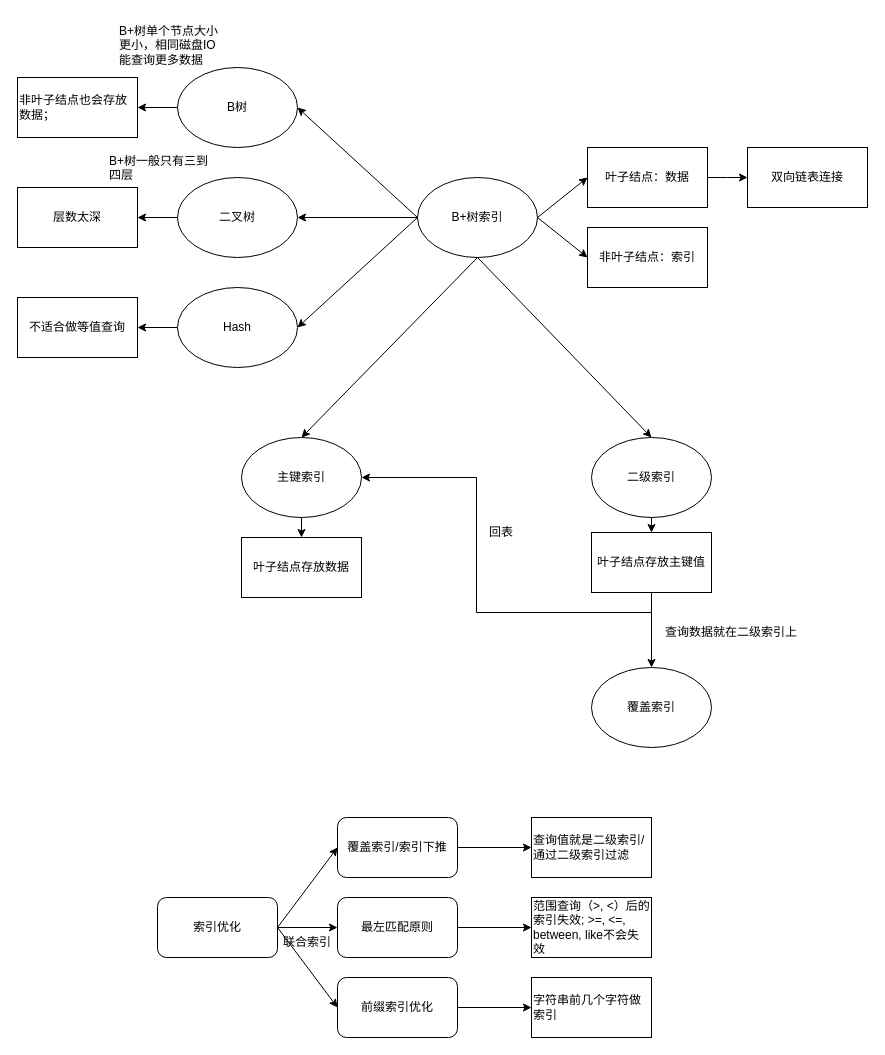
Above: MySQL索引.drawio in 1155200424/diagrams (draw.io), before the change. Source tidied: cells renumbered, new cells numbered last; positions are measured from the earlier drawing's top-left corner, leaving out a move shared by most shapes. Both pictures are drawn from the tidied source at 100%, with x=0, y=0 at pixel (17, 17).
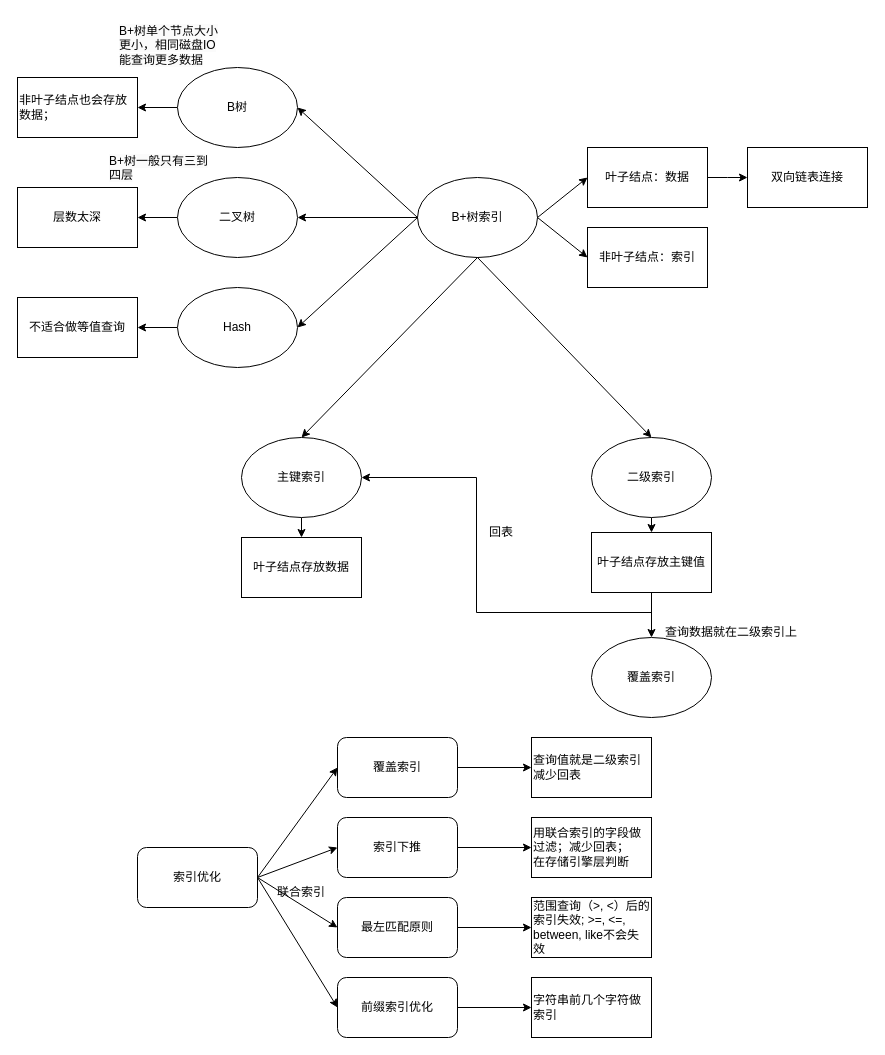
The same diagram, later.

Unchanged cells that the change refers to:
```xml
<mxCell id="40" value="最左匹配原则" style="rounded=1;whiteSpace=wrap;html=1;" parent="1" vertex="1">
  <mxGeometry x="320" y="880" width="120" height="60" as="geometry" />
</mxCell>
<mxCell id="47" value="前缀索引优化" style="rounded=1;whiteSpace=wrap;html=1;" parent="1" vertex="1">
  <mxGeometry x="320" y="960" width="120" height="60" as="geometry" />
</mxCell>
```

The edit, as a diff of the source:
```diff
@@
     <mxCell id="20" value="覆盖索引" style="ellipse;whiteSpace=wrap;html=1;" parent="1" vertex="1">
-      <mxGeometry x="574" y="650" width="120" height="80" as="geometry" />
+      <mxGeometry x="574" y="620" width="120" height="80" as="geometry" />
     </mxCell>
@@
     <mxCell id="36" value="索引优化" style="rounded=1;whiteSpace=wrap;html=1;" parent="1" vertex="1">
-      <mxGeometry x="140" y="880" width="120" height="60" as="geometry" />
+      <mxGeometry x="120" y="830" width="120" height="60" as="geometry" />
     </mxCell>
@@
-    <mxCell id="38" value="覆盖索引/索引下推" style="rounded=1;whiteSpace=wrap;html=1;" parent="1" vertex="1">
-      <mxGeometry x="320" y="800" width="120" height="60" as="geometry" />
+    <mxCell id="38" value="覆盖索引" style="rounded=1;whiteSpace=wrap;html=1;" parent="1" vertex="1">
+      <mxGeometry x="320" y="720" width="120" height="60" as="geometry" />
     </mxCell>
@@
-    <mxCell id="41" value="查询值就是二级索引/通过二级索引过滤" style="rounded=0;whiteSpace=wrap;html=1;align=left;" parent="1" vertex="1">
-      <mxGeometry x="514" y="800" width="120" height="60" as="geometry" />
+    <mxCell id="41" value="查询值就是二级索引&lt;br&gt;减少回表" style="rounded=0;whiteSpace=wrap;html=1;align=left;" parent="1" vertex="1">
+      <mxGeometry x="514" y="720" width="120" height="60" as="geometry" />
     </mxCell>
-    <mxCell id="42" style="endArrow=classic;html=1;rounded=0;entryX=0;entryY=0.5;entryDx=0;entryDy=0;" parent="1" edge="1" target="38">
-      <mxGeometry relative="1" as="geometry">
-        <mxPoint x="260" y="910" as="sourcePoint" />
-      </mxGeometry>
+    <mxCell id="42" style="endArrow=classic;html=1;rounded=0;entryX=0;entryY=0.5;entryDx=0;entryDy=0;exitX=1;exitY=0.5;exitDx=0;exitDy=0;" parent="1" edge="1" source="36" target="38">
+      <mxGeometry relative="1" as="geometry" />
     </mxCell>
-    <mxCell id="43" style="endArrow=classic;html=1;rounded=0;entryX=0;entryY=0.5;entryDx=0;entryDy=0;" parent="1" edge="1" target="40">
-      <mxGeometry relative="1" as="geometry">
-        <mxPoint x="260" y="910" as="sourcePoint" />
-      </mxGeometry>
+    <mxCell id="43" style="endArrow=classic;html=1;rounded=0;entryX=0;entryY=0.5;entryDx=0;entryDy=0;exitX=1;exitY=0.5;exitDx=0;exitDy=0;" parent="1" edge="1" source="36" target="40">
+      <mxGeometry relative="1" as="geometry" />
     </mxCell>
     <mxCell id="44" value="联合索引" style="text;html=1;align=center;verticalAlign=middle;whiteSpace=wrap;rounded=0;" parent="1" vertex="1">
-      <mxGeometry x="260" y="910" width="60" height="30" as="geometry" />
+      <mxGeometry x="254" y="860" width="60" height="30" as="geometry" />
     </mxCell>
@@
-    <mxCell id="49" style="endArrow=classic;html=1;rounded=0;entryX=0;entryY=0.5;entryDx=0;entryDy=0;" parent="1" edge="1" target="47">
-      <mxGeometry relative="1" as="geometry">
-        <mxPoint x="260" y="910" as="sourcePoint" />
-      </mxGeometry>
+    <mxCell id="49" style="endArrow=classic;html=1;rounded=0;entryX=0;entryY=0.5;entryDx=0;entryDy=0;exitX=1;exitY=0.5;exitDx=0;exitDy=0;" parent="1" edge="1" source="36" target="47">
+      <mxGeometry relative="1" as="geometry" />
     </mxCell>
+    <mxCell id="50" style="edgeStyle=orthogonalEdgeStyle;rounded=0;jettySize=auto;html=1;exitX=1;exitY=0.5;exitDx=0;exitDy=0;entryX=0;entryY=0.5;entryDx=0;entryDy=0;" parent="1" edge="1" source="51" target="53">
+      <mxGeometry relative="1" as="geometry" />
+    </mxCell>
+    <mxCell id="51" value="索引下推" style="rounded=1;whiteSpace=wrap;html=1;" parent="1" vertex="1">
+      <mxGeometry x="320" y="800" width="120" height="60" as="geometry" />
+    </mxCell>
+    <mxCell id="52" style="endArrow=classic;html=1;rounded=0;entryX=0;entryY=0.5;entryDx=0;entryDy=0;" parent="1" edge="1" target="51">
+      <mxGeometry relative="1" as="geometry">
+        <mxPoint x="240" y="860" as="sourcePoint" />
+      </mxGeometry>
+    </mxCell>
+    <mxCell id="53" value="用联合索引的字段做过滤；减少回表；&lt;br&gt;在存储引擎层判断" style="rounded=0;whiteSpace=wrap;html=1;align=left;" parent="1" vertex="1">
+      <mxGeometry x="514" y="800" width="120" height="60" as="geometry" />
+    </mxCell>
```
